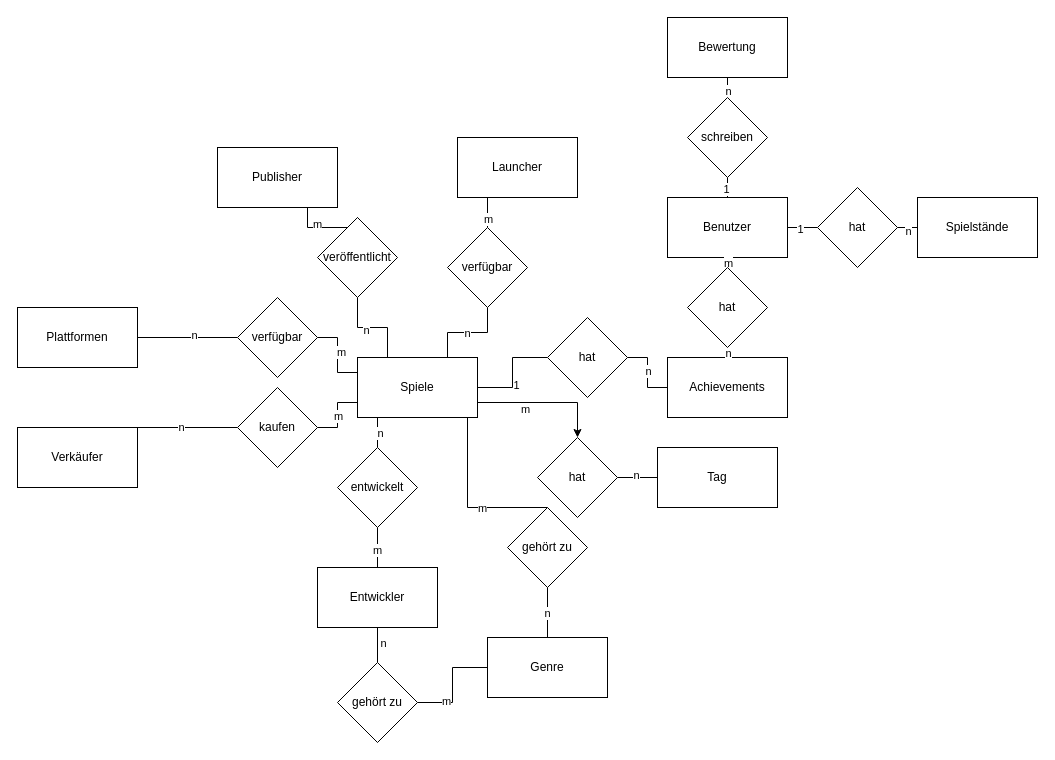
Before: ER Modell (Chen).drawio in PlegaardAphorus/Videospiele_DBKProjekt, a draw.io diagram. Source tidied: cells renumbered, new cells numbered last; positions are measured from the earlier drawing's top-left corner, leaving out a move shared by most shapes. Both pictures are drawn from the tidied source at 100%, with x=0, y=0 at pixel (17, 17).
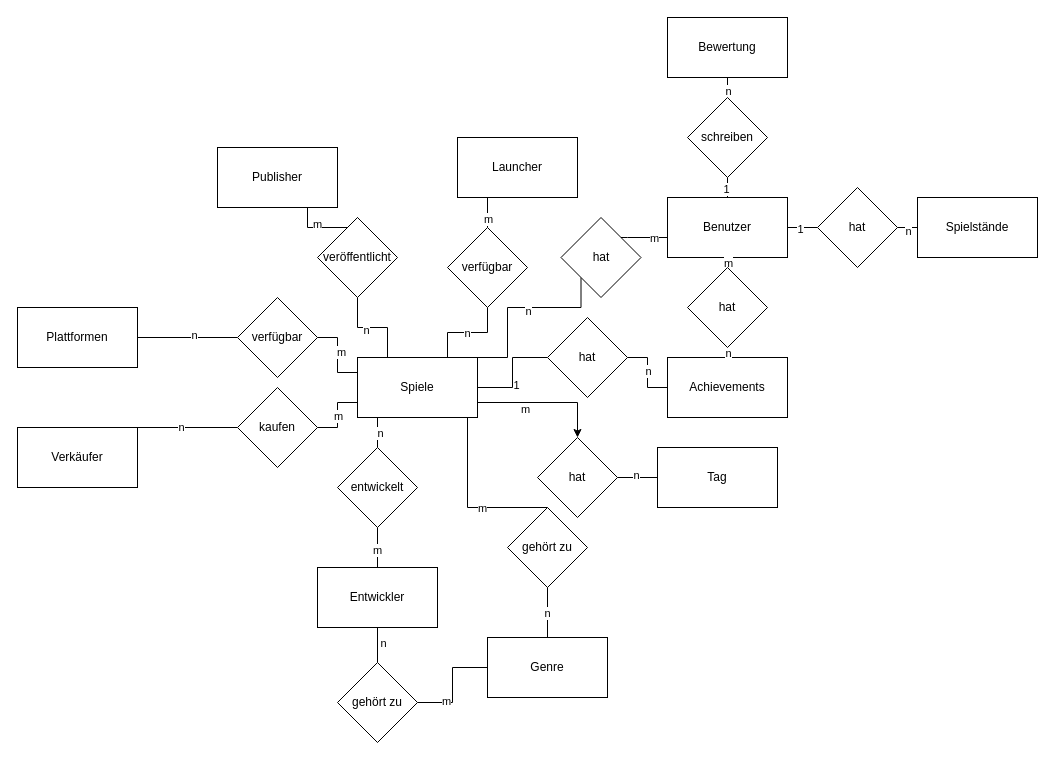
The same page after the edit.

Unchanged cells that the change refers to:
```xml
<mxCell id="10" value="&lt;div&gt;Spiele&lt;/div&gt;" style="rounded=0;whiteSpace=wrap;html=1;" parent="1" vertex="1">
  <mxGeometry x="340" y="340" width="120" height="60" as="geometry" />
</mxCell>
```

What changed in the source:
```diff
@@
+    <mxCell id="74" style="edgeStyle=orthogonalEdgeStyle;rounded=0;jettySize=auto;html=1;exitX=0;exitY=1;exitDx=0;exitDy=0;entryX=1;entryY=0;entryDx=0;entryDy=0;endArrow=none;endFill=0;" parent="1" edge="1" source="76" target="10">
+      <mxGeometry relative="1" as="geometry">
+        <Array as="points">
+          <mxPoint x="564" y="290" />
+          <mxPoint x="490" y="290" />
+          <mxPoint x="490" y="340" />
+        </Array>
+      </mxGeometry>
+    </mxCell>
+    <mxCell id="75" value="n" style="edgeLabel;html=1;align=center;verticalAlign=middle;" parent="74" vertex="1">
+      <mxGeometry x="-0.09" y="3" relative="1" as="geometry" />
+    </mxCell>
+    <mxCell id="76" value="hat" style="rhombus;whiteSpace=wrap;html=1;" parent="1" vertex="1">
+      <mxGeometry x="543.5" y="200" width="80" height="80" as="geometry" />
+    </mxCell>
+    <mxCell id="77" style="edgeStyle=orthogonalEdgeStyle;rounded=0;jettySize=auto;html=1;exitX=1;exitY=0;exitDx=0;exitDy=0;endArrow=none;endFill=0;" parent="1" edge="1" source="76">
+      <mxGeometry relative="1" as="geometry">
+        <mxPoint x="650" y="220" as="targetPoint" />
+        <Array as="points">
+          <mxPoint x="610" y="220" />
+          <mxPoint x="610" y="220" />
+        </Array>
+      </mxGeometry>
+    </mxCell>
+    <mxCell id="78" value="m" style="edgeLabel;html=1;align=center;verticalAlign=middle;" parent="77" vertex="1">
+      <mxGeometry x="0.44" relative="1" as="geometry" />
+    </mxCell>
```
